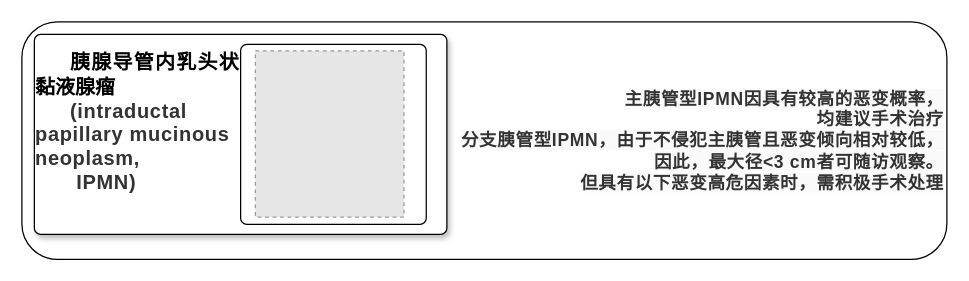
Ericshiqing/Eric keeps this draw.io diagram as basic of IPMN.drawio. Above is the earlier version. Source tidied: cells renumbered, new cells numbered last; positions are measured from the earlier drawing's top-left corner, leaving out a move shared by most shapes. Both pictures are drawn from the tidied source at 125%, with x=0, y=0 at pixel (21, 21). Pictures stored in the file or linked from it are replaced by grey dashed boxes.
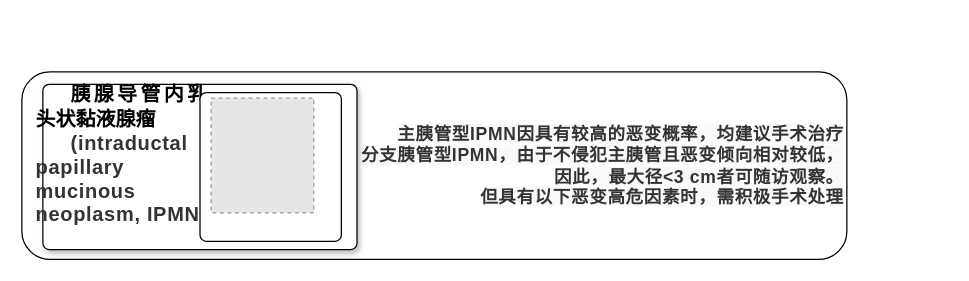
Above is the later version.

Diff of the diagram source:
```diff
@@
 <mxGraphModel>
   <root>
     <mxCell id="0" />
     <mxCell id="1" parent="0" />
+    <mxCell id="7" style="group;" parent="1" vertex="1">
+      <mxGeometry y="40" width="660" height="150" as="geometry" />
+    </mxCell>
-    <mxCell id="2" value="&lt;b&gt;&lt;span style=&quot;color: rgb(51 , 51 , 51) ; font-family: , &amp;#34;arial&amp;#34; , &amp;#34;helvetica&amp;#34; , &amp;#34;sans_serif&amp;#34; ; font-size: 14px ; letter-spacing: 0.544px ; text-indent: 32px ; background-color: rgb(250 , 250 , 250)&quot;&gt;主胰管型&lt;/span&gt;&lt;span style=&quot;margin: 0px ; padding: 0px ; max-width: 100% ; color: rgb(51 , 51 , 51) ; font-family: , &amp;#34;arial&amp;#34; , &amp;#34;helvetica&amp;#34; , &amp;#34;sans_serif&amp;#34; ; font-size: 14px ; letter-spacing: 0.544px ; text-indent: 32px ; background-color: rgb(250 , 250 , 250) ; box-sizing: border-box ; overflow-wrap: break-word&quot;&gt;IPMN&lt;/span&gt;&lt;span style=&quot;color: rgb(51 , 51 , 51) ; font-family: , &amp;#34;arial&amp;#34; , &amp;#34;helvetica&amp;#34; , &amp;#34;sans_serif&amp;#34; ; font-size: 14px ; letter-spacing: 0.544px ; text-indent: 32px ; background-color: rgb(250 , 250 , 250)&quot;&gt;因具有较高的恶变概率，&lt;br&gt;均建议手术治疗&lt;br&gt;&lt;/span&gt;&lt;span style=&quot;color: rgb(51 , 51 , 51) ; font-family: , &amp;#34;arial&amp;#34; , &amp;#34;helvetica&amp;#34; , &amp;#34;sans_serif&amp;#34; ; font-size: 14px ; letter-spacing: 0.544px ; text-align: justify ; text-indent: 32px ; background-color: rgb(250 , 250 , 250)&quot;&gt;分支胰管型&lt;/span&gt;&lt;span style=&quot;margin: 0px ; padding: 0px ; max-width: 100% ; color: rgb(51 , 51 , 51) ; font-family: , &amp;#34;arial&amp;#34; , &amp;#34;helvetica&amp;#34; , &amp;#34;sans_serif&amp;#34; ; font-size: 14px ; letter-spacing: 0.544px ; text-align: justify ; text-indent: 32px ; background-color: rgb(250 , 250 , 250) ; box-sizing: border-box ; overflow-wrap: break-word&quot;&gt;IPMN&lt;/span&gt;&lt;span style=&quot;color: rgb(51 , 51 , 51) ; font-family: , &amp;#34;arial&amp;#34; , &amp;#34;helvetica&amp;#34; , &amp;#34;sans_serif&amp;#34; ; font-size: 14px ; letter-spacing: 0.544px ; text-align: justify ; text-indent: 32px ; background-color: rgb(250 , 250 , 250)&quot;&gt;，由于不侵犯主胰管且恶变倾向相对较低，&lt;br&gt;因此，最大径&lt;/span&gt;&lt;span style=&quot;margin: 0px ; padding: 0px ; max-width: 100% ; color: rgb(51 , 51 , 51) ; font-family: , &amp;#34;arial&amp;#34; , &amp;#34;helvetica&amp;#34; , &amp;#34;sans_serif&amp;#34; ; font-size: 14px ; letter-spacing: 0.544px ; text-align: justify ; text-indent: 32px ; background-color: rgb(250 , 250 , 250) ; box-sizing: border-box ; overflow-wrap: break-word&quot;&gt;&amp;lt;3 cm&lt;/span&gt;&lt;span style=&quot;color: rgb(51 , 51 , 51) ; font-family: , &amp;#34;arial&amp;#34; , &amp;#34;helvetica&amp;#34; , &amp;#34;sans_serif&amp;#34; ; font-size: 14px ; letter-spacing: 0.544px ; text-align: justify ; text-indent: 32px ; background-color: rgb(250 , 250 , 250)&quot;&gt;者可随访观察。&lt;br&gt;但具有以下恶变高危因素时，需积极手术处理&lt;/span&gt;&lt;span style=&quot;color: rgb(51 , 51 , 51) ; font-family: , &amp;#34;arial&amp;#34; , &amp;#34;helvetica&amp;#34; , &amp;#34;sans_serif&amp;#34; ; font-size: 14px ; letter-spacing: 0.544px ; text-indent: 32px ; background-color: rgb(250 , 250 , 250)&quot;&gt;&lt;br&gt;&lt;/span&gt;&lt;/b&gt;" style="rounded=1;whiteSpace=wrap;html=1;align=right;" parent="1" vertex="1">
-      <mxGeometry width="740" height="190" as="geometry" />
+    <mxCell id="2" value="&lt;b&gt;&lt;span style=&quot;color: rgb(51 , 51 , 51) ; font-family: , &amp;#34;arial&amp;#34; , &amp;#34;helvetica&amp;#34; , &amp;#34;sans_serif&amp;#34; ; font-size: 14px ; letter-spacing: 0.544px ; text-indent: 32px ; background-color: rgb(250 , 250 , 250)&quot;&gt;主胰管型&lt;/span&gt;&lt;span style=&quot;margin: 0px ; padding: 0px ; max-width: 100% ; color: rgb(51 , 51 , 51) ; font-family: , &amp;#34;arial&amp;#34; , &amp;#34;helvetica&amp;#34; , &amp;#34;sans_serif&amp;#34; ; font-size: 14px ; letter-spacing: 0.544px ; text-indent: 32px ; background-color: rgb(250 , 250 , 250) ; box-sizing: border-box ; overflow-wrap: break-word&quot;&gt;IPMN&lt;/span&gt;&lt;span style=&quot;color: rgb(51 , 51 , 51) ; font-family: , &amp;#34;arial&amp;#34; , &amp;#34;helvetica&amp;#34; , &amp;#34;sans_serif&amp;#34; ; font-size: 14px ; letter-spacing: 0.544px ; text-indent: 32px ; background-color: rgb(250 , 250 , 250)&quot;&gt;因具有较高的恶变概率，均建议手术治疗&lt;br&gt;&lt;/span&gt;&lt;span style=&quot;color: rgb(51 , 51 , 51) ; font-family: , &amp;#34;arial&amp;#34; , &amp;#34;helvetica&amp;#34; , &amp;#34;sans_serif&amp;#34; ; font-size: 14px ; letter-spacing: 0.544px ; text-align: justify ; text-indent: 32px ; background-color: rgb(250 , 250 , 250)&quot;&gt;分支胰管型&lt;/span&gt;&lt;span style=&quot;margin: 0px ; padding: 0px ; max-width: 100% ; color: rgb(51 , 51 , 51) ; font-family: , &amp;#34;arial&amp;#34; , &amp;#34;helvetica&amp;#34; , &amp;#34;sans_serif&amp;#34; ; font-size: 14px ; letter-spacing: 0.544px ; text-align: justify ; text-indent: 32px ; background-color: rgb(250 , 250 , 250) ; box-sizing: border-box ; overflow-wrap: break-word&quot;&gt;IPMN&lt;/span&gt;&lt;span style=&quot;color: rgb(51 , 51 , 51) ; font-family: , &amp;#34;arial&amp;#34; , &amp;#34;helvetica&amp;#34; , &amp;#34;sans_serif&amp;#34; ; font-size: 14px ; letter-spacing: 0.544px ; text-align: justify ; text-indent: 32px ; background-color: rgb(250 , 250 , 250)&quot;&gt;，由于不侵犯主胰管且恶变倾向相对较低，&lt;br&gt;因此，最大径&lt;/span&gt;&lt;span style=&quot;margin: 0px ; padding: 0px ; max-width: 100% ; color: rgb(51 , 51 , 51) ; font-family: , &amp;#34;arial&amp;#34; , &amp;#34;helvetica&amp;#34; , &amp;#34;sans_serif&amp;#34; ; font-size: 14px ; letter-spacing: 0.544px ; text-align: justify ; text-indent: 32px ; background-color: rgb(250 , 250 , 250) ; box-sizing: border-box ; overflow-wrap: break-word&quot;&gt;&amp;lt;3 cm&lt;/span&gt;&lt;span style=&quot;color: rgb(51 , 51 , 51) ; font-family: , &amp;#34;arial&amp;#34; , &amp;#34;helvetica&amp;#34; , &amp;#34;sans_serif&amp;#34; ; font-size: 14px ; letter-spacing: 0.544px ; text-align: justify ; text-indent: 32px ; background-color: rgb(250 , 250 , 250)&quot;&gt;者可随访观察。&lt;br&gt;但具有以下恶变高危因素时，需积极手术处理&lt;/span&gt;&lt;span style=&quot;color: rgb(51 , 51 , 51) ; font-family: , &amp;#34;arial&amp;#34; , &amp;#34;helvetica&amp;#34; , &amp;#34;sans_serif&amp;#34; ; font-size: 14px ; letter-spacing: 0.544px ; text-indent: 32px ; background-color: rgb(250 , 250 , 250)&quot;&gt;&lt;br&gt;&lt;/span&gt;&lt;/b&gt;" style="rounded=1;whiteSpace=wrap;html=1;align=right;" parent="7" vertex="1">
+      <mxGeometry width="660" height="150" as="geometry" />
     </mxCell>
-    <mxCell id="3" style="rounded=1;absoluteArcSize=1;html=1;arcSize=10;shadow=1;" parent="1" vertex="1">
-      <mxGeometry x="10" y="10" width="330" height="160" as="geometry" />
+    <mxCell id="3" style="rounded=1;absoluteArcSize=1;html=1;arcSize=10;shadow=1;" parent="7" vertex="1">
+      <mxGeometry x="16.8" y="10" width="251.3" height="132.1" as="geometry" />
     </mxCell>
-    <mxCell id="4" value="&lt;div style=&quot;text-align: justify ; text-indent: 28px ; font-size: 16px&quot;&gt;&lt;font style=&quot;font-size: 16px&quot;&gt;&lt;b&gt;胰腺导管内乳头状黏液腺瘤&lt;/b&gt;&lt;/font&gt;&lt;/div&gt;&lt;div style=&quot;text-align: left ; text-indent: 28px ; font-size: 16px&quot;&gt;&lt;b style=&quot;letter-spacing: 0.544px ; color: rgb(51 , 51 , 51)&quot;&gt;(intraductal papillary mucinous neoplasm,&amp;nbsp;&lt;/b&gt;&lt;/div&gt;&lt;div style=&quot;text-align: left ; text-indent: 28px ; font-size: 16px&quot;&gt;&lt;b style=&quot;letter-spacing: 0.544px ; color: rgb(51 , 51 , 51)&quot;&gt;&amp;nbsp;IPMN)&lt;/b&gt;&lt;/div&gt;&lt;div style=&quot;text-align: left ; text-indent: 28px ; font-size: 16px&quot;&gt;&lt;br&gt;&lt;/div&gt;" style="html=1;shape=mxgraph.er.anchor;whiteSpace=wrap;" parent="3" vertex="1">
-      <mxGeometry width="165" height="160" as="geometry" />
+    <mxCell id="4" value="&lt;div style=&quot;text-align: justify ; text-indent: 28px ; font-size: 16px&quot;&gt;&lt;font style=&quot;font-size: 16px&quot;&gt;&lt;b&gt;胰腺导管内乳头状黏液腺瘤&lt;/b&gt;&lt;/font&gt;&lt;/div&gt;&lt;div style=&quot;text-align: left ; text-indent: 28px ; font-size: 16px&quot;&gt;&lt;b style=&quot;letter-spacing: 0.544px ; color: rgb(51 , 51 , 51)&quot;&gt;(intraductal papillary mucinous neoplasm,&amp;nbsp;&lt;/b&gt;&lt;b style=&quot;letter-spacing: 0.544px ; color: rgb(51 , 51 , 51)&quot;&gt;IPMN)&lt;/b&gt;&lt;/div&gt;&lt;div style=&quot;text-align: left ; text-indent: 28px ; font-size: 16px&quot;&gt;&lt;br&gt;&lt;/div&gt;" style="html=1;shape=mxgraph.er.anchor;whiteSpace=wrap;" parent="3" vertex="1">
+      <mxGeometry width="125.7" height="132.1" as="geometry" />
     </mxCell>
     <mxCell id="5" style="rounded=1;absoluteArcSize=1;html=1;arcSize=10;whiteSpace=wrap;strokeColor=inherit;fillColor=inherit;" parent="3" vertex="1">
-      <mxGeometry x="165" y="8" width="148.5" height="144" as="geometry" />
+      <mxGeometry x="125.7" y="6.6" width="113.1" height="118.9" as="geometry" />
     </mxCell>
     <mxCell id="6" style="fillColor=#E6E6E6;strokeColor=#999999;dashed=1;verticalLabelPosition=bottom;labelBackgroundColor=#ffffff;verticalAlign=top;" parent="3" vertex="1">
-      <mxGeometry x="176.8" y="13.2" width="118.9" height="133" as="geometry" />
+      <mxGeometry x="134.6" y="10.9" width="82.1" height="91.9" as="geometry" />
     </mxCell>
   </root>
 </mxGraphModel>
```
